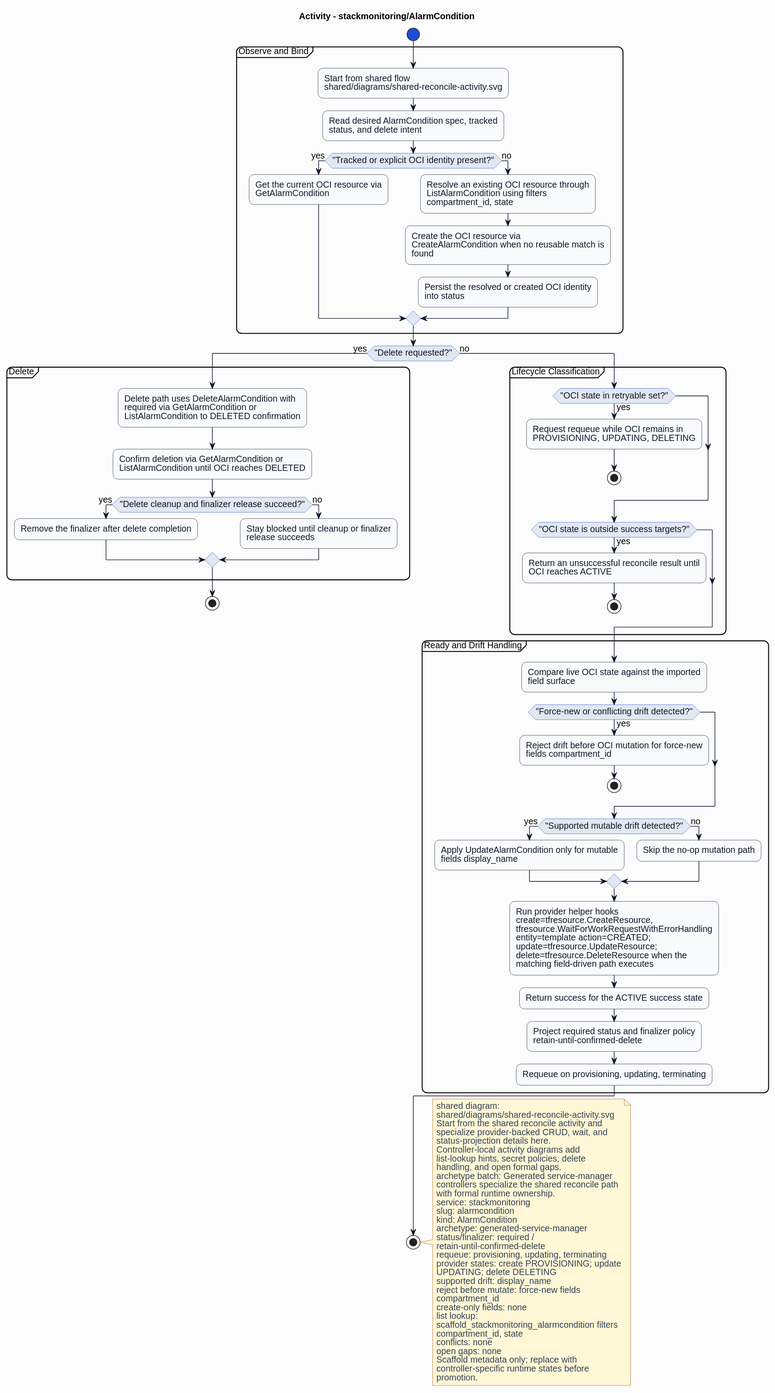
Earlier version of the PlantUML export formal/controllers/stackmonitoring/alarmcondition/diagrams/activity.svg (HaoyL666/oci-service-operator).
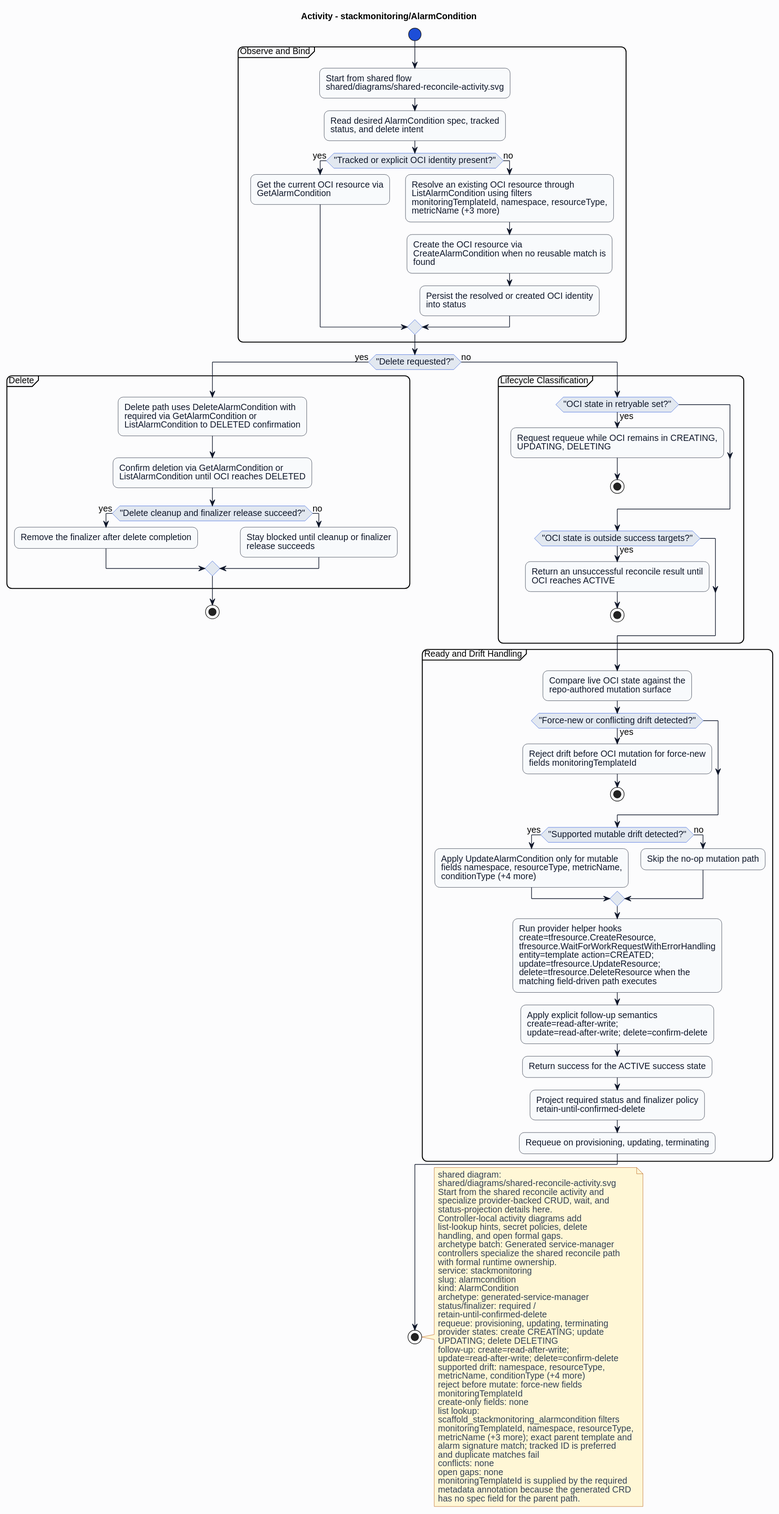
Above is the later version.

Diff of the diagram source:
```diff
@@ -27,7 +27,7 @@
 if ("Tracked or explicit OCI identity present?") then (yes)
 :Get the current OCI resource via\nGetAlarmCondition;
 else (no)
-:Resolve an existing OCI resource through\nListAlarmCondition using filters\ncompartment_id, state;
+:Resolve an existing OCI resource through\nListAlarmCondition using filters\nmonitoringTemplateId, namespace, resourceType,\nmetricName (+3 more);
 :Create the OCI resource via\nCreateAlarmCondition when no reusable match is\nfound;
 :Persist the resolved or created OCI identity\ninto status;
 endif
@@ -46,7 +46,7 @@
 else (no)
 partition "Lifecycle Classification" {
 if ("OCI state in retryable set?") then (yes)
-:Request requeue while OCI remains in\nPROVISIONING, UPDATING, DELETING;
+:Request requeue while OCI remains in CREATING,\nUPDATING, DELETING;
 stop
 endif
 if ("OCI state is outside success targets?") then (yes)
@@ -55,17 +55,18 @@
 endif
 }
 partition "Ready and Drift Handling" {
-:Compare live OCI state against the imported\nfield surface;
+:Compare live OCI state against the\nrepo-authored mutation surface;
 if ("Force-new or conflicting drift detected?") then (yes)
-:Reject drift before OCI mutation for force-new\nfields compartment_id;
+:Reject drift before OCI mutation for force-new\nfields monitoringTemplateId;
 stop
 endif
 if ("Supported mutable drift detected?") then (yes)
-:Apply UpdateAlarmCondition only for mutable\nfields display_name;
+:Apply UpdateAlarmCondition only for mutable\nfields namespace, resourceType, metricName,\nconditionType (+4 more);
 else (no)
 :Skip the no-op mutation path;
 endif
 :Run provider helper hooks\ncreate=tfresource.CreateResource,\ntfresource.WaitForWorkRequestWithErrorHandling\nentity=template action=CREATED;\nupdate=tfresource.UpdateResource;\ndelete=tfresource.DeleteResource when the\nmatching field-driven path executes;
+:Apply explicit follow-up semantics\ncreate=read-after-write;\nupdate=read-after-write; delete=confirm-delete;
 :Return success for the ACTIVE success state;
 :Project required status and finalizer policy\nretain-until-confirmed-delete;
 :Requeue on provisioning, updating, terminating;
@@ -91,19 +92,25 @@
 status/finalizer: required /
 retain-until-confirmed-delete
 requeue: provisioning, updating, terminating
-provider states: create PROVISIONING; update
+provider states: create CREATING; update
 UPDATING; delete DELETING
-supported drift: display_name
+follow-up: create=read-after-write;
+update=read-after-write; delete=confirm-delete
+supported drift: namespace, resourceType,
+metricName, conditionType (+4 more)
 reject before mutate: force-new fields
-compartment_id
+monitoringTemplateId
 create-only fields: none
 list lookup:
 scaffold_stackmonitoring_alarmcondition filters
-compartment_id, state
+monitoringTemplateId, namespace, resourceType,
+metricName (+3 more); exact parent template and
+alarm signature match; tracked ID is preferred
+and duplicate matches fail
 conflicts: none
 open gaps: none
-Scaffold metadata only; replace with
-controller-specific runtime states before
-promotion.
+monitoringTemplateId is supplied by the required
+metadata annotation because the generated CRD
+has no spec field for the parent path.
 end note
 @enduml
```
